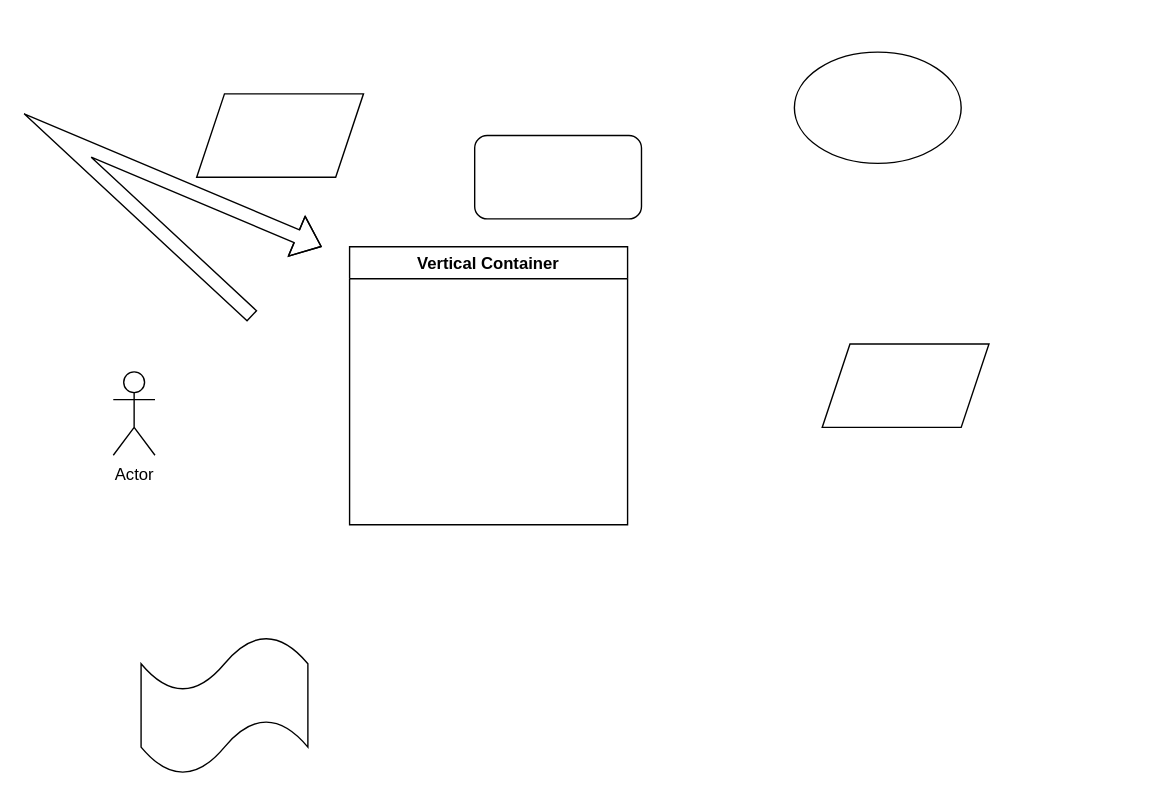
xzhifang/test1 keeps this draw.io diagram as Untitled Diagram.drawio. Above is the earlier version. Source tidied: cells renumbered, new cells numbered last; positions are measured from the earlier drawing's top-left corner, leaving out a move shared by most shapes. Both pictures are drawn from the tidied source at 139%, with x=0, y=0 at pixel (57, 51).
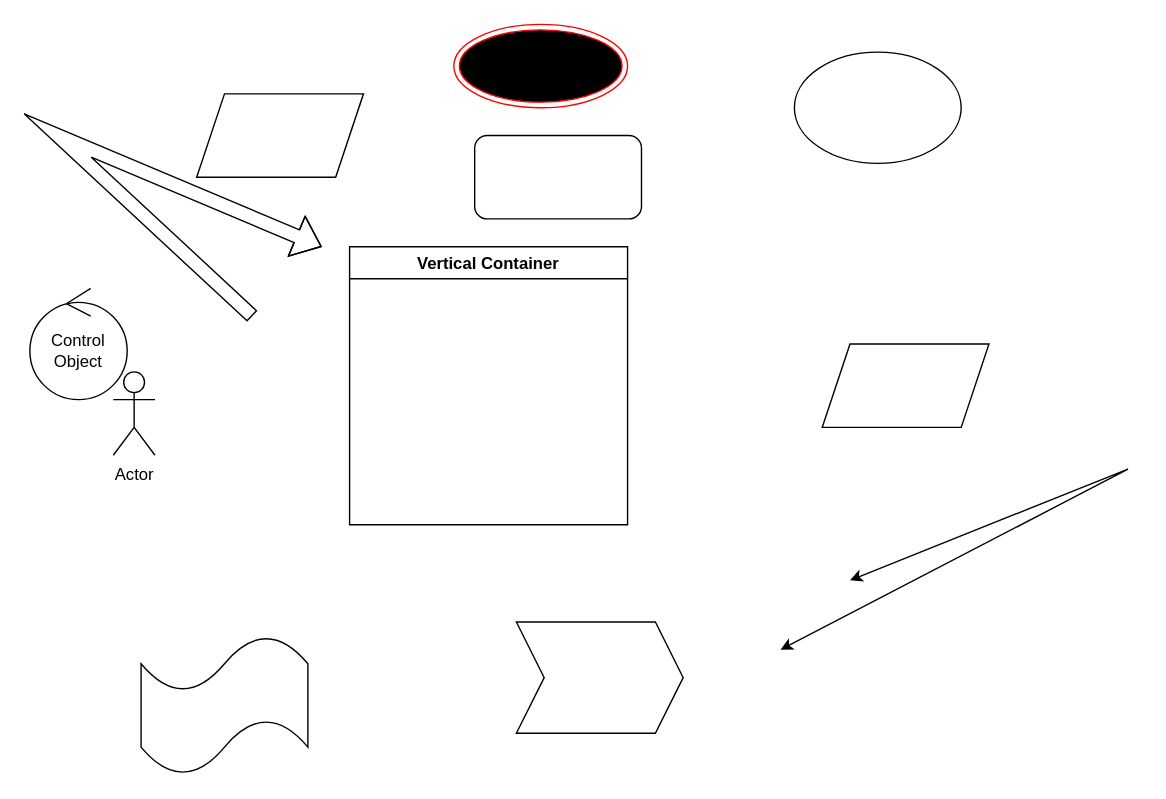
Above is the later version.

What changed in the source:
```diff
@@
 <mxGraphModel>
   <root>
     <mxCell id="0" />
     <mxCell id="1" parent="0" />
     <mxCell id="2" style="rounded=1;whiteSpace=wrap;html=1;" parent="1" vertex="1">
       <mxGeometry x="300" y="60" width="120" height="60" as="geometry" />
     </mxCell>
     <mxCell id="3" style="shape=parallelogram;perimeter=parallelogramPerimeter;whiteSpace=wrap;html=1;fixedSize=1;" parent="1" vertex="1">
       <mxGeometry x="100" y="30" width="120" height="60" as="geometry" />
     </mxCell>
     <mxCell id="4" value="Actor" style="shape=umlActor;verticalLabelPosition=bottom;verticalAlign=top;html=1;" parent="1" vertex="1">
       <mxGeometry x="40" y="230" width="30" height="60" as="geometry" />
     </mxCell>
     <mxCell id="5" style="shape=flexArrow;endArrow=classic;html=1;rounded=0;" parent="1" edge="1">
       <mxGeometry relative="1" as="geometry">
         <mxPoint x="140" y="190" as="sourcePoint" />
         <mxPoint x="190" y="140" as="targetPoint" />
         <Array as="points">
           <mxPoint y="60" />
         </Array>
       </mxGeometry>
     </mxCell>
     <mxCell id="6" value="Vertical Container" style="swimlane;" parent="1" vertex="1">
       <mxGeometry x="210" y="140" width="200" height="200" as="geometry" />
     </mxCell>
     <mxCell id="7" style="ellipse;whiteSpace=wrap;html=1;" parent="1" vertex="1">
       <mxGeometry x="530" width="120" height="80" as="geometry" />
     </mxCell>
     <mxCell id="8" style="shape=parallelogram;perimeter=parallelogramPerimeter;whiteSpace=wrap;html=1;fixedSize=1;" parent="1" vertex="1">
       <mxGeometry x="550" y="210" width="120" height="60" as="geometry" />
     </mxCell>
     <mxCell id="9" style="shape=tape;whiteSpace=wrap;html=1;" parent="1" vertex="1">
       <mxGeometry x="60" y="420" width="120" height="100" as="geometry" />
     </mxCell>
+    <mxCell id="10" style="shape=step;perimeter=stepPerimeter;whiteSpace=wrap;html=1;fixedSize=1;" parent="1" vertex="1">
+      <mxGeometry x="330" y="410" width="120" height="80" as="geometry" />
+    </mxCell>
+    <mxCell id="11" style="endArrow=classic;startArrow=classic;html=1;rounded=0;" parent="1" edge="1">
+      <mxGeometry relative="1" as="geometry">
+        <mxPoint x="520" y="430" as="sourcePoint" />
+        <mxPoint x="570" y="380" as="targetPoint" />
+        <Array as="points">
+          <mxPoint x="770" y="300" />
+        </Array>
+      </mxGeometry>
+    </mxCell>
+    <mxCell id="12" value="Control Object" style="ellipse;shape=umlControl;whiteSpace=wrap;html=1;" parent="1" vertex="1">
+      <mxGeometry x="-20" y="170" width="70" height="80" as="geometry" />
+    </mxCell>
+    <mxCell id="13" style="ellipse;html=1;shape=endState;fillColor=#000000;strokeColor=#ff0000;" parent="1" vertex="1">
+      <mxGeometry x="285" y="-20" width="125" height="60" as="geometry" />
+    </mxCell>
   </root>
 </mxGraphModel>
```
